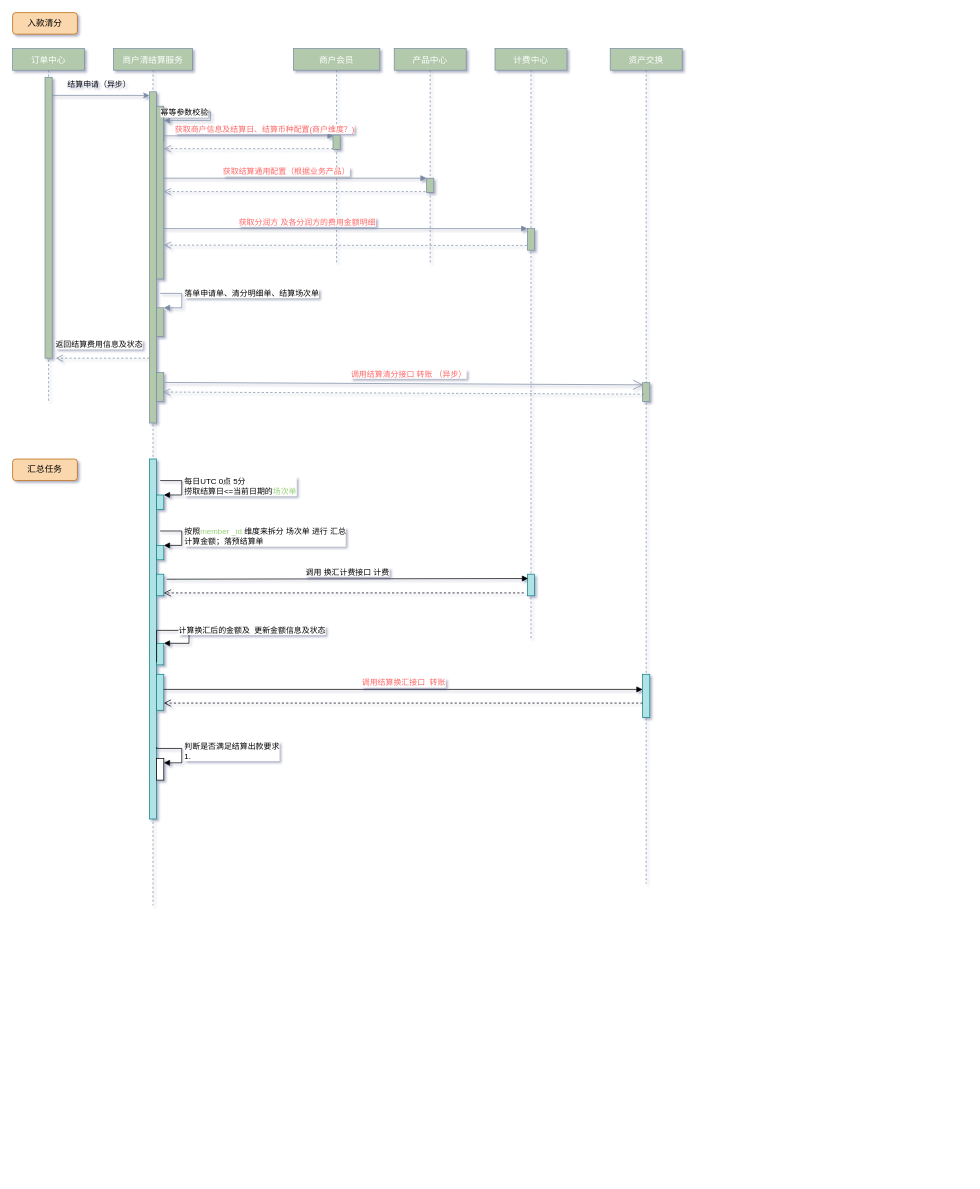
The draw.io diagram merchant-settle/Untitled Diagram.drawio in DominicElvira/Diagrams, before the edit. Source tidied: cells renumbered, new cells numbered last; positions are measured from the earlier drawing's top-left corner, leaving out a move shared by most shapes. Both pictures are drawn from the tidied source at 72%, with x=0, y=0 at pixel (12, 12).
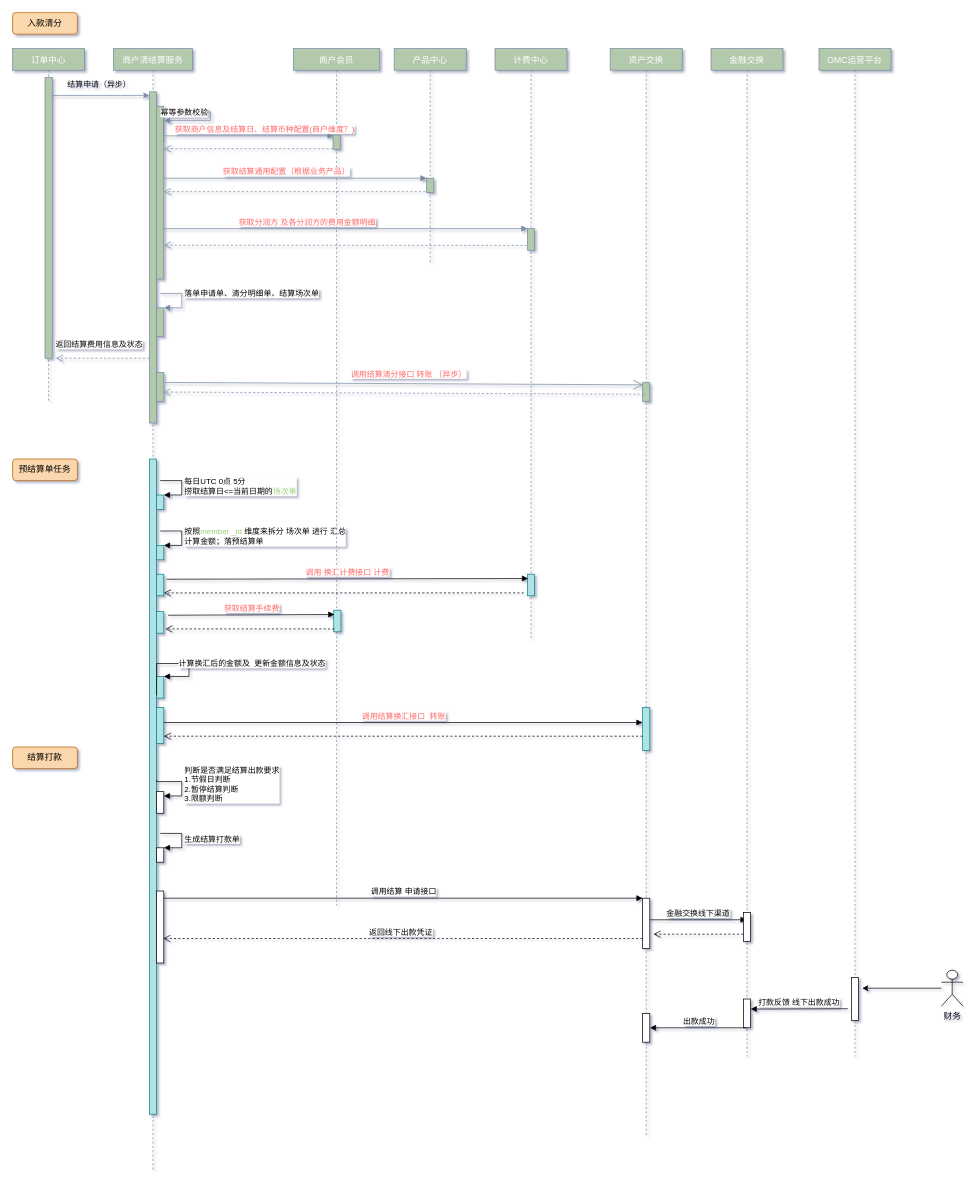
The same page after the edit.

The change refers to these unchanged cells:
```xml
<mxCell id="22" style="html=1;points=[];perimeter=orthogonalPerimeter;fillColor=#b0e3e6;strokeColor=#0e8088;" parent="4" vertex="1">
  <mxGeometry x="60" y="730" width="10" height="30" as="geometry" />
</mxCell>
<mxCell id="25" style="html=1;points=[];perimeter=orthogonalPerimeter;fillColor=#b0e3e6;strokeColor=#0e8088;" parent="23" vertex="1">
  <mxGeometry x="45" y="730" width="10" height="30" as="geometry" />
</mxCell>
```

The edit, as a diff of the source:
```diff
@@
     <mxCell id="4" value="商户清结算服务" style="shape=umlLifeline;perimeter=lifelinePerimeter;shadow=0;strokeWidth=1;fillColor=#B2C9AB;strokeColor=#788AA3;fontColor=#FFFFFF;rounded=0;size=30;" parent="1" vertex="1">
-      <mxGeometry x="140" y="50" width="110" height="1190" as="geometry" />
+      <mxGeometry x="140" y="50" width="110" height="1560" as="geometry" />
     </mxCell>
@@
     <mxCell id="12" style="html=1;perimeter=orthogonalPerimeter;fillColor=#b0e3e6;strokeColor=#0e8088;" parent="4" vertex="1">
-      <mxGeometry x="50" y="570" width="10" height="500" as="geometry" />
+      <mxGeometry x="50" y="570" width="10" height="910" as="geometry" />
     </mxCell>
@@
     <mxCell id="17" style="html=1;points=[];perimeter=orthogonalPerimeter;fillColor=#b0e3e6;strokeColor=#0e8088;" parent="4" vertex="1">
-      <mxGeometry x="60" y="869" width="10" height="50" as="geometry" />
+      <mxGeometry x="60" y="915" width="10" height="50" as="geometry" />
     </mxCell>
     <mxCell id="18" style="html=1;points=[];perimeter=orthogonalPerimeter;fillColor=#b0e3e6;strokeColor=#0e8088;" parent="4" vertex="1">
-      <mxGeometry x="60" y="826" width="10" height="30" as="geometry" />
+      <mxGeometry x="60" y="872" width="10" height="30" as="geometry" />
     </mxCell>
     <mxCell id="19" value="&lt;font color=&quot;#000000&quot;&gt;计算换汇后的金额及&amp;nbsp; 更新金额信息及状态&lt;/font&gt;" style="edgeStyle=orthogonalEdgeStyle;html=1;align=left;spacingLeft=2;endArrow=block;rounded=0;entryX=1;entryY=0;fontColor=#97D077;exitX=1;exitY=0.741;exitDx=0;exitDy=0;exitPerimeter=0;" parent="4" edge="1" target="18">
       <mxGeometry relative="1" as="geometry">
-        <mxPoint x="60" y="852.4" as="sourcePoint" />
+        <mxPoint x="60" y="898.4" as="sourcePoint" />
         <Array as="points">
-          <mxPoint x="105" y="808" />
-          <mxPoint x="105" y="826" />
+          <mxPoint x="105" y="854" />
+          <mxPoint x="105" y="872" />
         </Array>
       </mxGeometry>
     </mxCell>
     <mxCell id="20" style="html=1;perimeter=orthogonalPerimeter;fontColor=#000000;" parent="4" vertex="1">
-      <mxGeometry x="60" y="986" width="10" height="30" as="geometry" />
+      <mxGeometry x="60" y="1032" width="10" height="30" as="geometry" />
     </mxCell>
-    <mxCell id="21" value="判断是否满足结算出款要求&lt;br&gt;1." style="edgeStyle=orthogonalEdgeStyle;html=1;align=left;spacingLeft=2;endArrow=block;rounded=0;entryX=1;entryY=0;fontColor=#000000;exitX=1;exitY=0.795;exitDx=0;exitDy=0;exitPerimeter=0;" parent="4" edge="1">
+    <mxCell id="21" value="判断是否满足结算出款要求&lt;br&gt;1.节假日判断 &lt;br&gt;2.暂停结算判断 &lt;br&gt;3.限额判断" style="edgeStyle=orthogonalEdgeStyle;html=1;align=left;spacingLeft=2;endArrow=block;rounded=0;entryX=1;entryY=0;fontColor=#000000;exitX=1;exitY=0.795;exitDx=0;exitDy=0;exitPerimeter=0;" parent="4" edge="1">
       <mxGeometry relative="1" as="geometry">
-        <mxPoint x="60" y="970" as="sourcePoint" />
-        <mxPoint x="70" y="992" as="targetPoint" />
+        <mxPoint x="60" y="1016" as="sourcePoint" />
+        <mxPoint x="70" y="1038" as="targetPoint" />
         <Array as="points">
-          <mxPoint x="60" y="972" />
-          <mxPoint x="95" y="972" />
-          <mxPoint x="95" y="992" />
+          <mxPoint x="60" y="1018" />
+          <mxPoint x="95" y="1018" />
+          <mxPoint x="95" y="1038" />
         </Array>
       </mxGeometry>
     </mxCell>
@@
+    <mxCell id="49" style="html=1;points=[];perimeter=orthogonalPerimeter;fontColor=#FF6666;" parent="4" vertex="1">
+      <mxGeometry x="60" y="1110" width="10" height="20" as="geometry" />
+    </mxCell>
+    <mxCell id="50" value="生成结算打款单" style="edgeStyle=orthogonalEdgeStyle;html=1;align=left;spacingLeft=2;endArrow=block;rounded=0;entryX=1;entryY=0;fontColor=#000000;" parent="4" edge="1" target="49">
+      <mxGeometry relative="1" as="geometry">
+        <mxPoint x="65" y="1090" as="sourcePoint" />
+        <Array as="points">
+          <mxPoint x="95" y="1090" />
+        </Array>
+      </mxGeometry>
+    </mxCell>
+    <mxCell id="51" style="html=1;points=[];perimeter=orthogonalPerimeter;fontColor=#000000;" parent="4" vertex="1">
+      <mxGeometry x="60" y="1170" width="10" height="100" as="geometry" />
+    </mxCell>
@@
     <mxCell id="26" value="资产交换" style="shape=umlLifeline;perimeter=lifelinePerimeter;shadow=0;strokeWidth=1;fillColor=#B2C9AB;strokeColor=#788AA3;fontColor=#FFFFFF;rounded=0;size=30;" parent="1" vertex="1">
-      <mxGeometry x="830" y="50" width="100" height="1160" as="geometry" />
+      <mxGeometry x="830" y="50" width="100" height="1510" as="geometry" />
     </mxCell>
@@
     <mxCell id="28" style="html=1;points=[];perimeter=orthogonalPerimeter;fillColor=#b0e3e6;strokeColor=#0e8088;" parent="26" vertex="1">
-      <mxGeometry x="45" y="869" width="10" height="60" as="geometry" />
+      <mxGeometry x="45" y="915" width="10" height="60" as="geometry" />
     </mxCell>
     <mxCell id="29" style="html=1;verticalAlign=bottom;endArrow=open;dashed=1;endSize=8;rounded=0;fontColor=#97D077;" parent="26" edge="1" target="17">
       <mxGeometry relative="1" as="geometry">
-        <mxPoint x="45" y="909" as="sourcePoint" />
+        <mxPoint x="45" y="955" as="sourcePoint" />
       </mxGeometry>
     </mxCell>
+    <mxCell id="52" style="html=1;points=[];perimeter=orthogonalPerimeter;fontColor=#000000;" parent="26" vertex="1">
+      <mxGeometry x="45" y="1180" width="10" height="70" as="geometry" />
+    </mxCell>
+    <mxCell id="53" value="金融交换线下渠道" style="html=1;verticalAlign=bottom;endArrow=block;rounded=0;fontColor=#000000;" parent="26" edge="1" target="62">
+      <mxGeometry relative="1" as="geometry">
+        <mxPoint x="55" y="1210" as="sourcePoint" />
+      </mxGeometry>
+    </mxCell>
+    <mxCell id="54" style="html=1;perimeter=orthogonalPerimeter;fontColor=#000000;" parent="26" vertex="1">
+      <mxGeometry x="45" y="1340" width="10" height="40" as="geometry" />
+    </mxCell>
     <mxCell id="30" value="商户会员" style="shape=umlLifeline;perimeter=lifelinePerimeter;shadow=0;strokeWidth=1;fillColor=#B2C9AB;strokeColor=#788AA3;fontColor=#FFFFFF;rounded=0;size=30;" parent="1" vertex="1">
-      <mxGeometry x="390" y="50" width="120" height="300" as="geometry" />
+      <mxGeometry x="390" y="50" width="120" height="1190" as="geometry" />
     </mxCell>
@@
-    <mxCell id="45" value="汇总任务" style="rounded=1;whiteSpace=wrap;html=1;fillColor=#fad7ac;strokeColor=#b46504;" parent="1" vertex="1">
+    <mxCell id="45" value="预结算单任务" style="rounded=1;whiteSpace=wrap;html=1;fillColor=#fad7ac;strokeColor=#b46504;" parent="1" vertex="1">
       <mxGeometry y="620" width="90" height="30" as="geometry" />
     </mxCell>
@@
-    <mxCell id="47" value="调用 换汇计费接口 计费" style="html=1;verticalAlign=bottom;endArrow=block;entryX=0.1;entryY=0.2;rounded=0;fontColor=#000000;exitX=1.4;exitY=0.233;exitDx=0;exitDy=0;exitPerimeter=0;entryDx=0;entryDy=0;entryPerimeter=0;" parent="1" edge="1" source="22" target="25">
+    <mxCell id="47" value="&lt;font color=&quot;#ff6666&quot;&gt;调用 换汇计费接口 计费&lt;/font&gt;" style="html=1;verticalAlign=bottom;endArrow=block;entryX=0.1;entryY=0.2;rounded=0;fontColor=#000000;exitX=1.4;exitY=0.233;exitDx=0;exitDy=0;exitPerimeter=0;entryDx=0;entryDy=0;entryPerimeter=0;" parent="1" edge="1" source="22" target="25">
       <mxGeometry relative="1" as="geometry" />
     </mxCell>
@@
+    <mxCell id="55" style="html=1;points=[];perimeter=orthogonalPerimeter;fillColor=#b0e3e6;strokeColor=#0e8088;" parent="1" vertex="1">
+      <mxGeometry x="446" y="830" width="10" height="30" as="geometry" />
+    </mxCell>
+    <mxCell id="56" value="&lt;font color=&quot;#ff6666&quot;&gt;获取结算手续费&lt;/font&gt;" style="html=1;verticalAlign=bottom;endArrow=block;entryX=0.1;entryY=0.2;rounded=0;fontColor=#000000;exitX=1.4;exitY=0.233;exitDx=0;exitDy=0;exitPerimeter=0;entryDx=0;entryDy=0;entryPerimeter=0;" parent="1" edge="1" target="55">
+      <mxGeometry relative="1" as="geometry">
+        <mxPoint x="216" y="837" as="sourcePoint" />
+      </mxGeometry>
+    </mxCell>
+    <mxCell id="57" style="html=1;verticalAlign=bottom;endArrow=open;dashed=1;endSize=8;rounded=0;fontColor=#000000;entryX=1;entryY=0.867;entryDx=0;entryDy=0;entryPerimeter=0;exitX=0.1;exitY=0.867;exitDx=0;exitDy=0;exitPerimeter=0;" parent="1" edge="1" source="55">
+      <mxGeometry relative="1" as="geometry">
+        <mxPoint x="212" y="856" as="targetPoint" />
+      </mxGeometry>
+    </mxCell>
+    <mxCell id="58" style="html=1;perimeter=orthogonalPerimeter;fillColor=#b0e3e6;strokeColor=#0e8088;" parent="1" vertex="1">
+      <mxGeometry x="200" y="832" width="10" height="30" as="geometry" />
+    </mxCell>
+    <mxCell id="59" value="调用结算 申请接口" style="html=1;verticalAlign=bottom;endArrow=block;entryX=0;entryY=0;rounded=0;fontColor=#000000;" parent="1" edge="1" target="52">
+      <mxGeometry relative="1" as="geometry">
+        <mxPoint x="210" y="1230" as="sourcePoint" />
+      </mxGeometry>
+    </mxCell>
+    <mxCell id="60" value="返回线下出款凭证" style="html=1;verticalAlign=bottom;endArrow=open;dashed=1;endSize=8;exitX=0;exitY=0.8;rounded=0;fontColor=#000000;exitDx=0;exitDy=0;exitPerimeter=0;entryX=0.9;entryY=0.66;entryDx=0;entryDy=0;entryPerimeter=0;" parent="1" edge="1" source="52" target="51">
+      <mxGeometry x="0.01" relative="1" as="geometry" />
+    </mxCell>
+    <mxCell id="61" value="结算打款" style="rounded=1;whiteSpace=wrap;html=1;fillColor=#fad7ac;strokeColor=#b46504;" parent="1" vertex="1">
+      <mxGeometry y="1020" width="90" height="30" as="geometry" />
+    </mxCell>
+    <mxCell id="62" value="金融交换" style="shape=umlLifeline;perimeter=lifelinePerimeter;shadow=0;strokeWidth=1;fillColor=#B2C9AB;strokeColor=#788AA3;fontColor=#FFFFFF;rounded=0;size=30;" parent="1" vertex="1">
+      <mxGeometry x="970" y="50" width="100" height="1400" as="geometry" />
+    </mxCell>
+    <mxCell id="63" style="html=1;perimeter=orthogonalPerimeter;fontColor=#000000;" parent="62" vertex="1">
+      <mxGeometry x="45" y="1200" width="10" height="40" as="geometry" />
+    </mxCell>
+    <mxCell id="64" style="html=1;verticalAlign=bottom;endArrow=open;dashed=1;endSize=8;rounded=0;fontColor=#000000;" parent="62" edge="1">
+      <mxGeometry relative="1" as="geometry">
+        <mxPoint x="45" y="1230" as="sourcePoint" />
+        <mxPoint x="-80" y="1230" as="targetPoint" />
+      </mxGeometry>
+    </mxCell>
+    <mxCell id="65" style="html=1;perimeter=orthogonalPerimeter;fontColor=#000000;" parent="62" vertex="1">
+      <mxGeometry x="45" y="1320" width="10" height="40" as="geometry" />
+    </mxCell>
+    <mxCell id="66" value="打款反馈 线下出款成功" style="html=1;verticalAlign=bottom;endArrow=block;rounded=0;fontColor=#000000;" parent="62" edge="1">
+      <mxGeometry relative="1" as="geometry">
+        <mxPoint x="190" y="1333.5" as="sourcePoint" />
+        <mxPoint x="55" y="1334" as="targetPoint" />
+      </mxGeometry>
+    </mxCell>
+    <mxCell id="67" value="出款成功" style="html=1;verticalAlign=bottom;endArrow=block;rounded=0;fontColor=#000000;" parent="62" edge="1" source="62">
+      <mxGeometry relative="1" as="geometry">
+        <mxPoint x="-85" y="1360" as="targetPoint" />
+      </mxGeometry>
+    </mxCell>
+    <mxCell id="68" value="OMC运营平台" style="shape=umlLifeline;perimeter=lifelinePerimeter;shadow=0;strokeWidth=1;fillColor=#B2C9AB;strokeColor=#788AA3;fontColor=#FFFFFF;rounded=0;size=30;" parent="1" vertex="1">
+      <mxGeometry x="1120" y="50" width="100" height="1400" as="geometry" />
+    </mxCell>
+    <mxCell id="69" style="html=1;perimeter=orthogonalPerimeter;fontColor=#000000;" parent="68" vertex="1">
+      <mxGeometry x="45" y="1290" width="10" height="60" as="geometry" />
+    </mxCell>
+    <mxCell id="70" style="edgeStyle=orthogonalEdgeStyle;rounded=0;jettySize=auto;html=1;fontColor=#000000;startArrow=none;startFill=0;" parent="1" edge="1" source="71">
+      <mxGeometry relative="1" as="geometry">
+        <mxPoint x="1180" y="1355" as="targetPoint" />
+      </mxGeometry>
+    </mxCell>
+    <mxCell id="71" value="财务" style="shape=umlActor;verticalLabelPosition=bottom;verticalAlign=top;html=1;fontColor=#000000;" parent="1" vertex="1">
+      <mxGeometry x="1290" y="1330" width="30" height="50" as="geometry" />
+    </mxCell>
```
